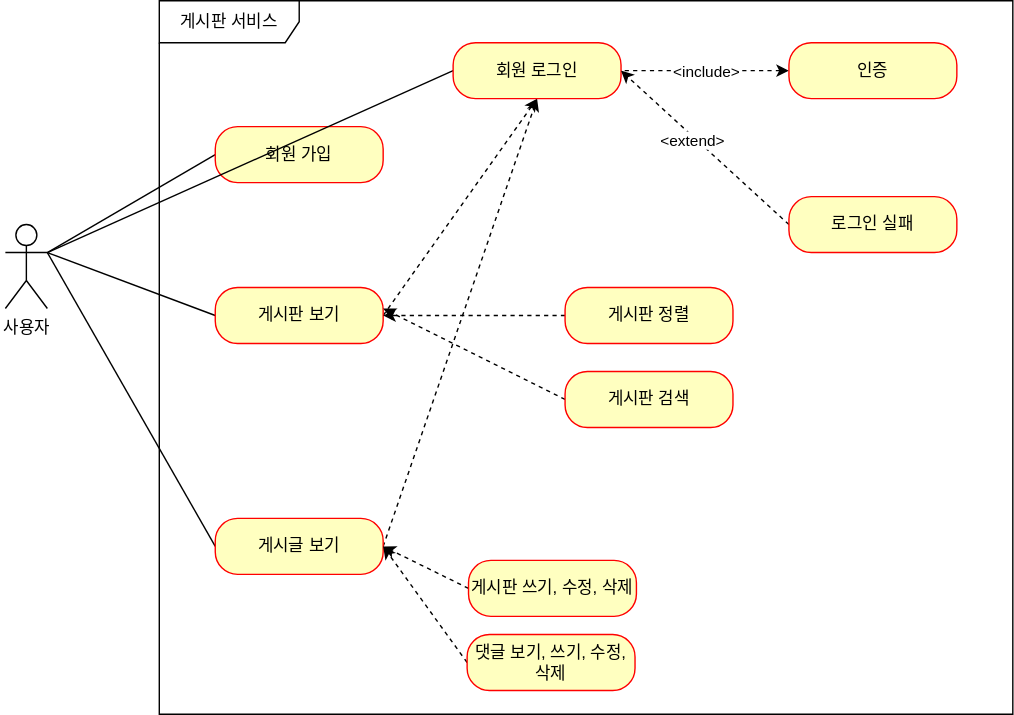
Above: document/use-case.svg in Swacker3927/fastcampus-board-project (draw.io), before the change. Source tidied: cells renumbered, new cells last; positions are measured from the earlier drawing's top-left corner, leaving out a move shared by most shapes.
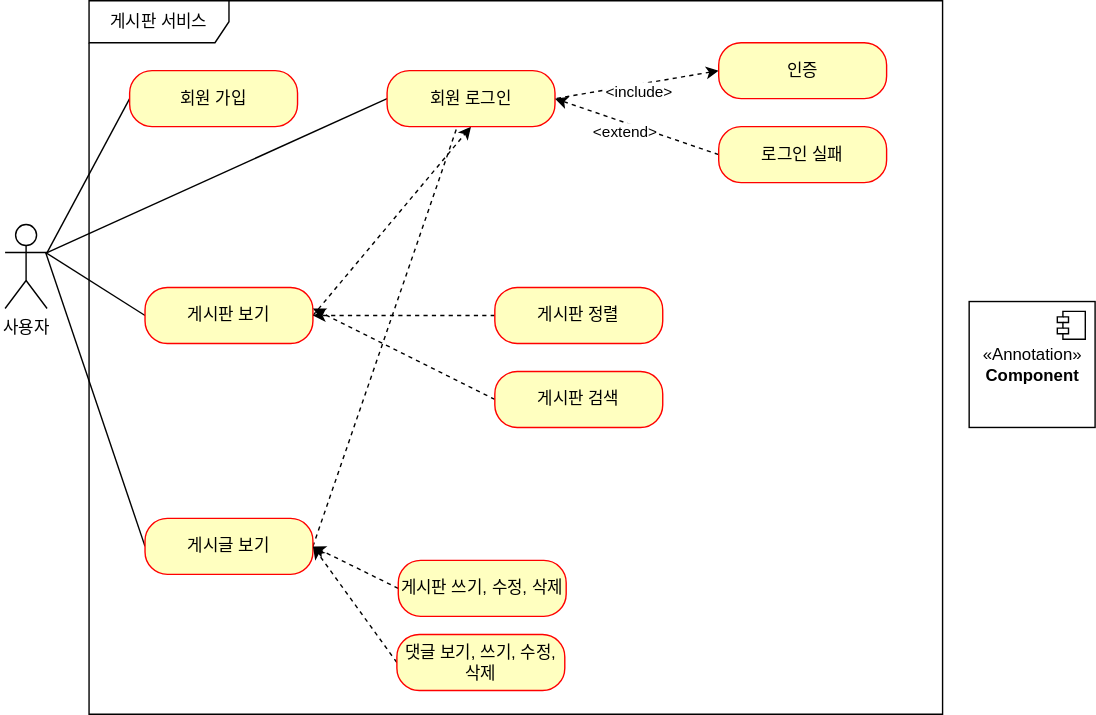
After the change.

Diff of the diagram source:
```diff
@@ -3,7 +3,7 @@
     <mxCell id="0" />
     <mxCell id="1" parent="0" />
     <mxCell id="2" value="사용자" style="shape=umlActor;verticalLabelPosition=bottom;verticalAlign=top;html=1;" parent="1" vertex="1">
-      <mxGeometry y="160" width="30" height="60" as="geometry" />
+      <mxGeometry x="50" y="160" width="30" height="60" as="geometry" />
     </mxCell>
     <mxCell id="3" value="게시판 서비스" style="shape=umlFrame;whiteSpace=wrap;html=1;width=100;height=30;" parent="1" vertex="1">
       <mxGeometry x="110" width="610" height="510" as="geometry" />
@@ -12,11 +12,11 @@
       <mxGeometry relative="1" as="geometry" />
     </mxCell>
     <mxCell id="5" value="회원 가입" style="rounded=1;whiteSpace=wrap;html=1;arcSize=40;fontColor=#000000;fillColor=#ffffc0;strokeColor=#ff0000;" parent="1" vertex="1">
-      <mxGeometry x="150" y="90" width="120" height="40" as="geometry" />
+      <mxGeometry x="139" y="50" width="120" height="40" as="geometry" />
     </mxCell>
     <mxCell id="6" style="edgeStyle=none;rounded=0;jettySize=auto;html=1;exitX=0;exitY=0.5;exitDx=0;exitDy=0;startArrow=none;startFill=0;endArrow=none;endFill=0;" parent="1" edge="1" source="8">
       <mxGeometry relative="1" as="geometry">
-        <mxPoint x="30" y="180" as="targetPoint" />
+        <mxPoint x="79" y="180" as="targetPoint" />
       </mxGeometry>
     </mxCell>
     <mxCell id="7" style="edgeStyle=none;rounded=0;jettySize=auto;html=1;exitX=1;exitY=0.5;exitDx=0;exitDy=0;entryX=0.5;entryY=1;entryDx=0;entryDy=0;dashed=1;startArrow=none;startFill=0;endArrow=classic;endFill=1;" parent="1" edge="1" source="8" target="13">
@@ -27,7 +27,7 @@
     </mxCell>
     <mxCell id="9" style="edgeStyle=none;rounded=0;jettySize=auto;html=1;exitX=0;exitY=0.5;exitDx=0;exitDy=0;startArrow=none;startFill=0;endArrow=none;endFill=0;" parent="1" edge="1" source="11">
       <mxGeometry relative="1" as="geometry">
-        <mxPoint x="30" y="180" as="targetPoint" />
+        <mxPoint x="79" y="180" as="targetPoint" />
       </mxGeometry>
     </mxCell>
     <mxCell id="10" style="edgeStyle=none;rounded=0;jettySize=auto;html=1;exitX=1;exitY=0.5;exitDx=0;exitDy=0;dashed=1;startArrow=none;startFill=0;endArrow=classic;endFill=1;" parent="1" edge="1" source="11">
@@ -38,13 +38,11 @@
     <mxCell id="11" value="게시글 보기" style="rounded=1;whiteSpace=wrap;html=1;arcSize=40;fontColor=#000000;fillColor=#ffffc0;strokeColor=#ff0000;" parent="1" vertex="1">
       <mxGeometry x="150" y="370" width="120" height="40" as="geometry" />
     </mxCell>
-    <mxCell id="12" style="edgeStyle=none;rounded=0;jettySize=auto;html=1;exitX=0;exitY=0.5;exitDx=0;exitDy=0;startArrow=none;startFill=0;endArrow=none;endFill=0;" parent="1" edge="1" source="13">
-      <mxGeometry relative="1" as="geometry">
-        <mxPoint x="30" y="180" as="targetPoint" />
-      </mxGeometry>
+    <mxCell id="12" style="edgeStyle=none;rounded=0;jettySize=auto;html=1;exitX=0;exitY=0.5;exitDx=0;exitDy=0;startArrow=none;startFill=0;endArrow=none;endFill=0;entryX=1;entryY=0.3333333333333333;entryDx=0;entryDy=0;entryPerimeter=0;" parent="1" edge="1" source="13" target="2">
+      <mxGeometry relative="1" as="geometry" />
     </mxCell>
     <mxCell id="13" value="회원 로그인" style="rounded=1;whiteSpace=wrap;html=1;arcSize=40;fontColor=#000000;fillColor=#ffffc0;strokeColor=#ff0000;" parent="1" vertex="1">
-      <mxGeometry x="320" y="30" width="120" height="40" as="geometry" />
+      <mxGeometry x="323" y="50" width="120" height="40" as="geometry" />
     </mxCell>
     <mxCell id="14" style="edgeStyle=none;rounded=0;jettySize=auto;html=1;exitX=0;exitY=0.5;exitDx=0;exitDy=0;entryX=1;entryY=0.5;entryDx=0;entryDy=0;startArrow=classic;startFill=1;endArrow=none;endFill=0;dashed=1;" parent="1" edge="1" source="16" target="13">
       <mxGeometry relative="1" as="geometry" />
@@ -66,7 +64,7 @@
       </mxGeometry>
     </mxCell>
     <mxCell id="19" value="로그인 실패" style="rounded=1;whiteSpace=wrap;html=1;arcSize=40;fontColor=#000000;fillColor=#ffffc0;strokeColor=#ff0000;" parent="1" vertex="1">
-      <mxGeometry x="560" y="140" width="120" height="40" as="geometry" />
+      <mxGeometry x="560" y="90" width="120" height="40" as="geometry" />
     </mxCell>
     <mxCell id="20" style="edgeStyle=none;rounded=0;jettySize=auto;html=1;exitX=0;exitY=0.5;exitDx=0;exitDy=0;entryX=1;entryY=0.5;entryDx=0;entryDy=0;dashed=1;startArrow=none;startFill=0;endArrow=classic;endFill=1;" parent="1" edge="1" source="21" target="8">
       <mxGeometry relative="1" as="geometry" />
@@ -94,5 +92,13 @@
     <mxCell id="27" value="댓글 보기, 쓰기, 수정, 삭제" style="rounded=1;whiteSpace=wrap;html=1;arcSize=40;fontColor=#000000;fillColor=#ffffc0;strokeColor=#ff0000;" parent="1" vertex="1">
       <mxGeometry x="330" y="453" width="120" height="40" as="geometry" />
     </mxCell>
+    <mxCell id="28" value="&amp;laquo;Annotation&amp;raquo;&lt;br/&gt;&lt;b&gt;Component&lt;/b&gt;" style="html=1;" parent="1" vertex="1">
+      <mxGeometry x="739" y="215" width="90" height="90" as="geometry" />
+    </mxCell>
+    <mxCell id="29" style="shape=module;jettyWidth=8;jettyHeight=4;" parent="28" vertex="1">
+      <mxGeometry x="1" width="20" height="20" relative="1" as="geometry">
+        <mxPoint x="-27" y="7" as="offset" />
+      </mxGeometry>
+    </mxCell>
   </root>
 </mxGraphModel>
```
